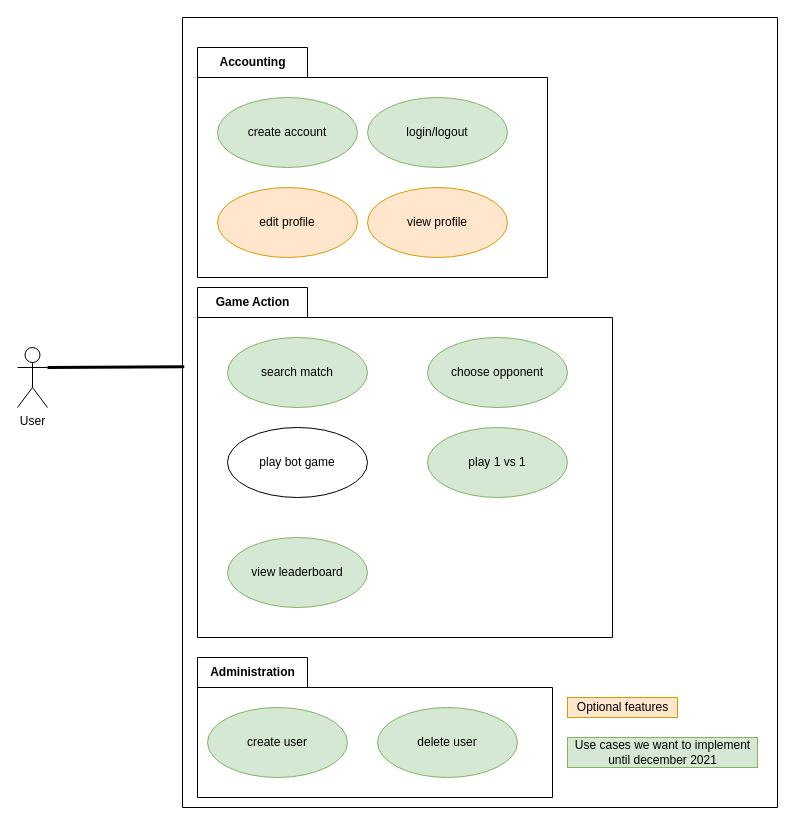
The draw.io diagram docs/diagrams/Untitled Diagram.drawio in 13TRIS/13TRIS, before the edit. Source tidied: cells renumbered, new cells numbered last; positions are measured from the earlier drawing's top-left corner, leaving out a move shared by most shapes. Both pictures are drawn from the tidied source at 100%, with x=0, y=0 at pixel (17, 17).
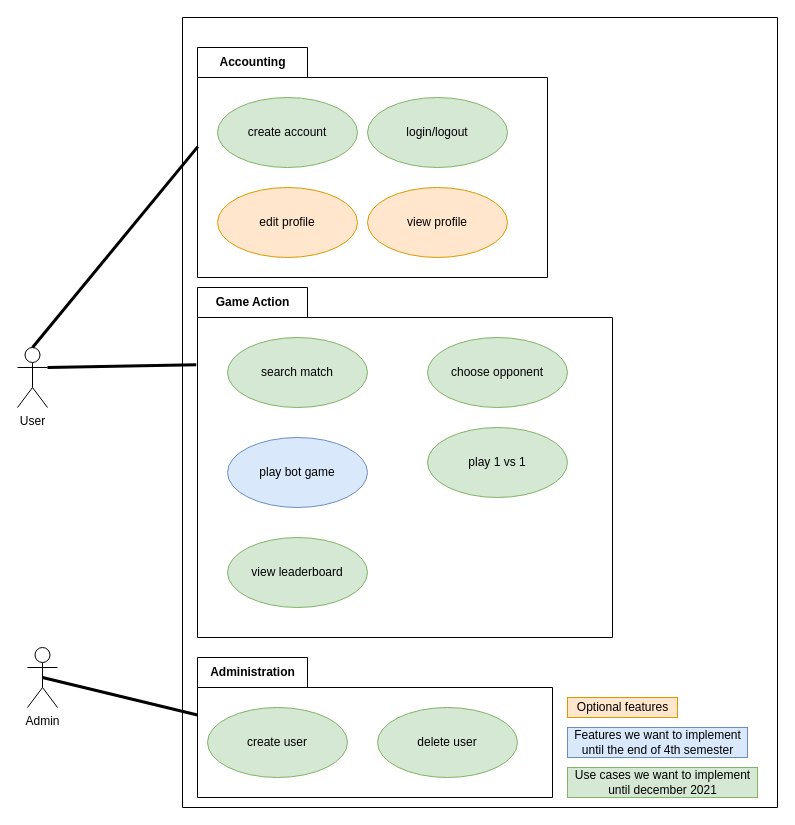
Above is the later version.

Commit message:
docs: created actors and added color coding

Unchanged cells that the change refers to:
```xml
<mxCell id="2" style="swimlane;startSize=0;" parent="1" vertex="1">
  <mxGeometry x="165" width="595" height="790" as="geometry" />
</mxCell>
<mxCell id="3" value="Administration" style="shape=folder;fontStyle=1;tabWidth=110;tabHeight=30;tabPosition=left;html=1;boundedLbl=1;labelInHeader=1;" parent="2" vertex="1">
  <mxGeometry x="15" y="640" width="355" height="140" as="geometry" />
</mxCell>
<mxCell id="6" value="Accounting" style="shape=folder;fontStyle=1;tabWidth=110;tabHeight=30;tabPosition=left;html=1;boundedLbl=1;labelInHeader=1;" parent="2" vertex="1">
  <mxGeometry x="15" y="30" width="350" height="230" as="geometry" />
</mxCell>
<mxCell id="11" value="Game Action" style="shape=folder;fontStyle=1;tabWidth=110;tabHeight=30;tabPosition=left;html=1;boundedLbl=1;labelInHeader=1;" parent="2" vertex="1">
  <mxGeometry x="15" y="270" width="415" height="350" as="geometry" />
</mxCell>
<mxCell id="19" value="User" style="shape=umlActor;verticalLabelPosition=bottom;verticalAlign=top;html=1;outlineConnect=0;" parent="1" vertex="1">
  <mxGeometry y="330" width="30" height="60" as="geometry" />
</mxCell>
```

Diff of the diagram source:
```diff
@@
-    <mxCell id="12" value="play bot game" style="ellipse;whiteSpace=wrap;html=1;" parent="11" vertex="1">
-      <mxGeometry x="30" y="140" width="140" height="70" as="geometry" />
+    <mxCell id="12" value="play bot game" style="ellipse;whiteSpace=wrap;html=1;fillColor=#dae8fc;strokeColor=#6c8ebf;" parent="11" vertex="1">
+      <mxGeometry x="30" y="150" width="140" height="70" as="geometry" />
     </mxCell>
@@
     <mxCell id="17" value="Use cases we want to implement&lt;br&gt;until december 2021" style="text;html=1;align=center;verticalAlign=middle;strokeColor=#82b366;fillColor=#d5e8d4;" parent="2" vertex="1">
-      <mxGeometry x="385" y="720" width="190" height="30" as="geometry" />
+      <mxGeometry x="385" y="750" width="190" height="30" as="geometry" />
     </mxCell>
@@
+    <mxCell id="21" value="Features we want to implement &lt;br&gt;until the end of 4th semester" style="text;html=1;align=center;verticalAlign=middle;strokeColor=#6c8ebf;fillColor=#dae8fc;" parent="2" vertex="1">
+      <mxGeometry x="385" y="710" width="180" height="30" as="geometry" />
+    </mxCell>
@@
-    <mxCell id="20" style="endArrow=none;startArrow=none;endFill=0;startFill=0;endSize=8;html=1;verticalAlign=bottom;labelBackgroundColor=none;strokeWidth=3;rounded=0;entryX=0.003;entryY=0.442;entryDx=0;entryDy=0;entryPerimeter=0;exitX=1;exitY=0.3333333333333333;exitDx=0;exitDy=0;exitPerimeter=0;" parent="1" edge="1" source="19" target="2">
+    <mxCell id="20" style="endArrow=none;startArrow=none;endFill=0;startFill=0;endSize=8;html=1;verticalAlign=bottom;labelBackgroundColor=none;strokeWidth=3;rounded=0;entryX=-0.003;entryY=0.221;entryDx=0;entryDy=0;entryPerimeter=0;exitX=1;exitY=0.3333333333333333;exitDx=0;exitDy=0;exitPerimeter=0;" parent="1" edge="1" source="19" target="11">
       <mxGeometry relative="1" as="geometry" />
     </mxCell>
+    <mxCell id="22" style="endArrow=none;startArrow=none;endFill=0;startFill=0;endSize=8;html=1;verticalAlign=bottom;labelBackgroundColor=none;strokeWidth=3;rounded=0;entryX=0.001;entryY=0.431;entryDx=0;entryDy=0;entryPerimeter=0;exitX=0.5;exitY=0;exitDx=0;exitDy=0;exitPerimeter=0;" parent="1" edge="1" source="19" target="6">
+      <mxGeometry relative="1" as="geometry" />
+    </mxCell>
+    <mxCell id="23" value="Admin" style="shape=umlActor;verticalLabelPosition=bottom;verticalAlign=top;html=1;" parent="1" vertex="1">
+      <mxGeometry x="10" y="630" width="30" height="60" as="geometry" />
+    </mxCell>
+    <mxCell id="24" style="endArrow=none;startArrow=none;endFill=0;startFill=0;endSize=8;html=1;verticalAlign=bottom;labelBackgroundColor=none;strokeWidth=3;rounded=0;entryX=0;entryY=0;entryDx=0;entryDy=57.5;entryPerimeter=0;exitX=0.5;exitY=0.5;exitDx=0;exitDy=0;exitPerimeter=0;" parent="1" edge="1" source="23" target="3">
+      <mxGeometry relative="1" as="geometry" />
+    </mxCell>
```
